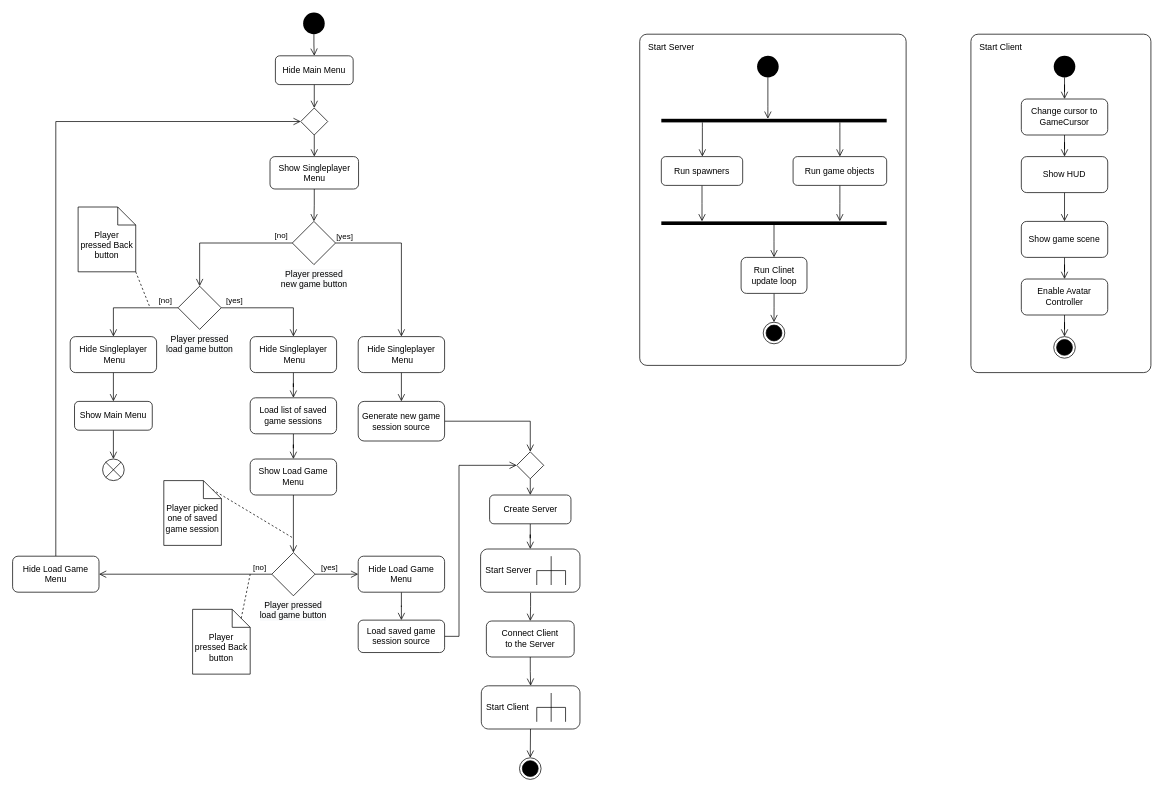
TadekBiela/heisttown keeps this draw.io diagram as doc/activity_diagrams/singleplayer/start_game.drawio. Above is the earlier version. Source tidied: cells renumbered, new cells numbered last; positions are measured from the earlier drawing's top-left corner, leaving out a move shared by most shapes. Both pictures are drawn from the tidied source at 72%, with x=0, y=0 at pixel (12, 12).
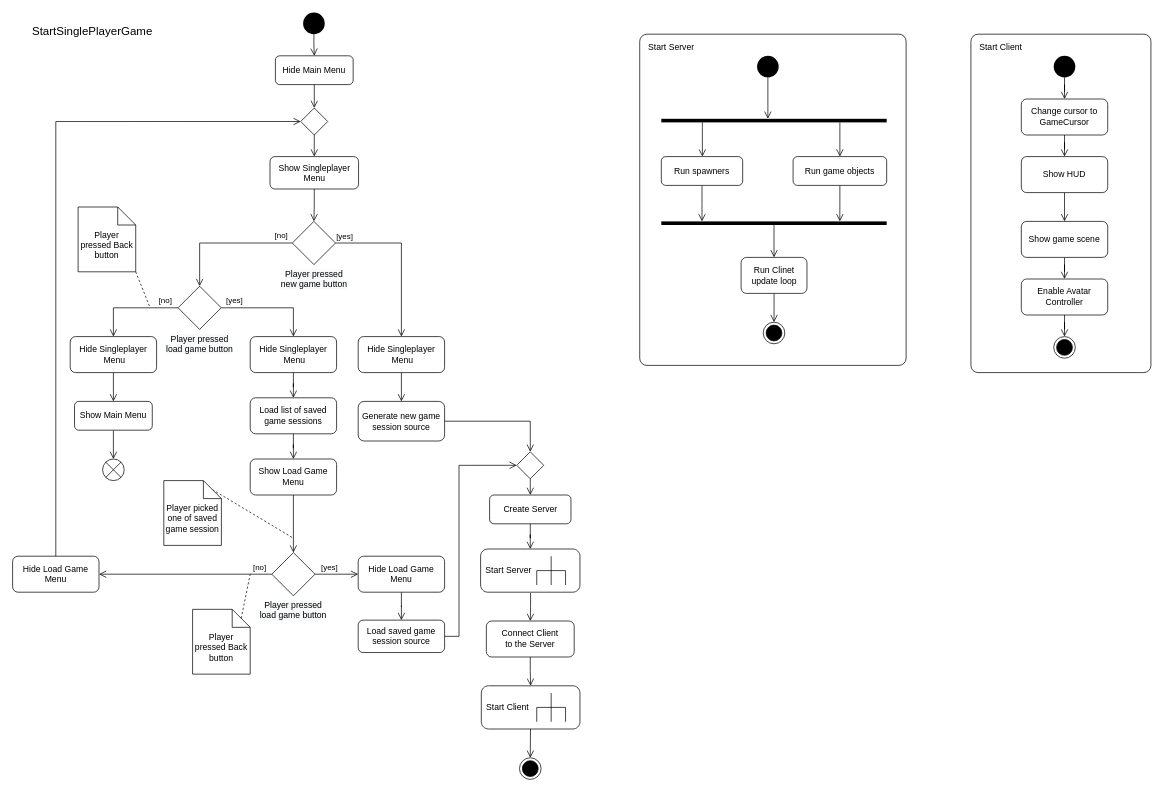
The same diagram, later.

Commit message (it also covers changes not shown here):
Update start game singleplayer activity diagram

Change to the diagram source:
```diff
@@
+    <mxCell id="88" value="StartSinglePlayerGame" style="text;html=1;strokeColor=none;fillColor=none;align=center;verticalAlign=middle;whiteSpace=wrap;rounded=0;fontSize=16;" parent="1" vertex="1">
+      <mxGeometry x="21" y="10" width="180" height="30" as="geometry" />
+    </mxCell>
```
